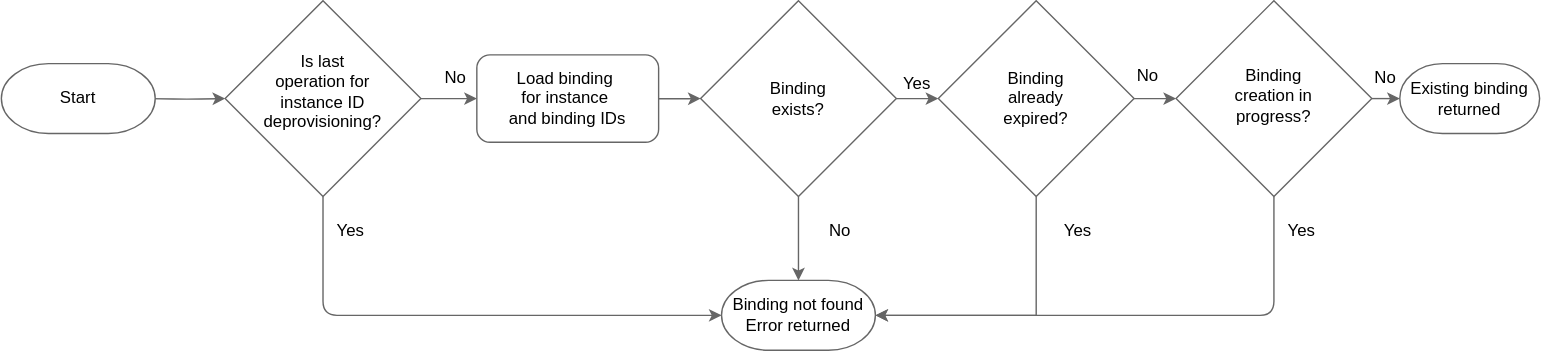
This is docs/assets/bindings-get-flow.drawio.svg from ukff/kyma-environment-broker, a draw.io export, as it was before one commit. Source tidied: cells renumbered, new cells last; positions are measured from the earlier drawing's top-left corner, leaving out a move shared by most shapes.
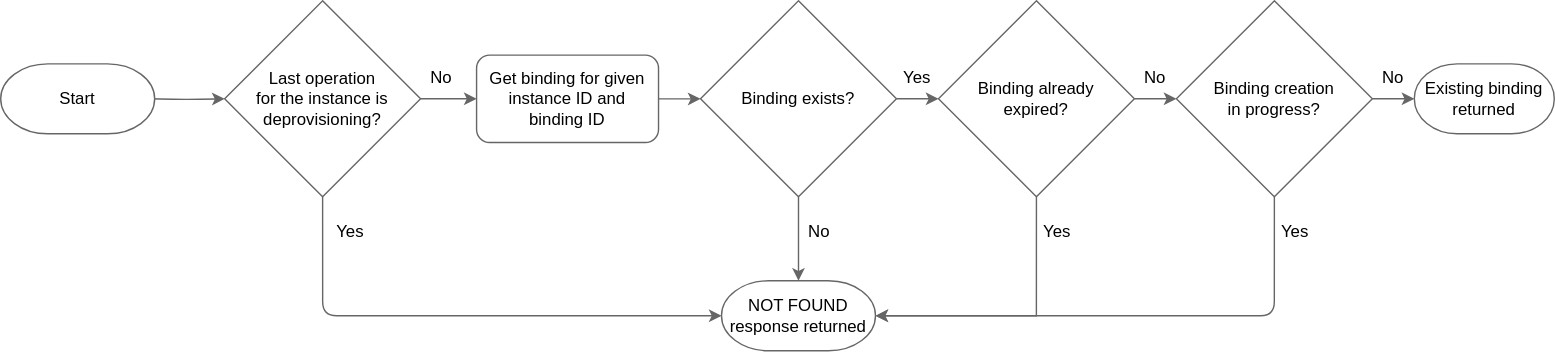
After the commit.

Commit message:
Fix Service Binding doc (#1558)

Change to the diagram source:
```diff
@@ -8,21 +8,13 @@
     <mxCell id="3" style="edgeStyle=orthogonalEdgeStyle;rounded=1;jettySize=auto;html=1;entryX=0;entryY=0.5;entryDx=0;entryDy=0;curved=0;strokeColor=#666666;" parent="1" edge="1" source="4" target="13">
       <mxGeometry relative="1" as="geometry" />
     </mxCell>
-    <mxCell id="4" style="rhombus;whiteSpace=wrap;html=1;strokeColor=#666666;fillColor=#ffffff;fillStyle=solid;fontColor=#000000;" parent="1" vertex="1">
+    <mxCell id="4" value="Last&amp;nbsp;&lt;span style=&quot;background-color: initial;&quot;&gt;operation&lt;/span&gt;&lt;div&gt;&lt;span style=&quot;background-color: initial;&quot;&gt;for the instance&amp;nbsp;&lt;/span&gt;&lt;span style=&quot;background-color: initial;&quot;&gt;is deprovisioning?&lt;/span&gt;&lt;/div&gt;" style="rhombus;whiteSpace=wrap;html=1;strokeColor=#666666;fillColor=#ffffff;fillStyle=solid;fontColor=#000000;" parent="1" vertex="1">
       <mxGeometry x="160" width="140" height="140" as="geometry" />
     </mxCell>
-    <mxCell id="5" value="Is last&lt;div&gt;operation for instance ID deprovisioning?&lt;/div&gt;" style="text;html=1;align=center;verticalAlign=middle;whiteSpace=wrap;rounded=0;fontColor=#000000;" parent="1" vertex="1">
-      <mxGeometry x="195" y="30" width="70" height="70" as="geometry" />
-    </mxCell>
     <mxCell id="6" style="edgeStyle=orthogonalEdgeStyle;rounded=1;jettySize=auto;html=1;curved=0;strokeColor=#666666;entryX=1;entryY=0.5;entryDx=0;entryDy=0;entryPerimeter=0;exitX=0.5;exitY=1;exitDx=0;exitDy=0;" parent="1" edge="1" source="8" target="23">
       <mxGeometry relative="1" as="geometry" />
     </mxCell>
-    <mxCell id="7" style="edgeStyle=orthogonalEdgeStyle;rounded=0;jettySize=auto;html=1;exitX=1;exitY=0.5;exitDx=0;exitDy=0;strokeColor=#666666;" parent="1" edge="1" source="8">
-      <mxGeometry relative="1" as="geometry">
-        <mxPoint x="1000" y="70" as="targetPoint" />
-      </mxGeometry>
-    </mxCell>
-    <mxCell id="8" style="rhombus;whiteSpace=wrap;html=1;strokeColor=#666666;fillColor=#ffffff;fillStyle=solid;fontColor=#000000;" parent="1" vertex="1">
+    <mxCell id="8" value="Binding creation&lt;div&gt;in progress?&lt;/div&gt;" style="rhombus;whiteSpace=wrap;html=1;strokeColor=#666666;fillColor=#ffffff;fillStyle=solid;fontColor=#000000;" parent="1" vertex="1">
       <mxGeometry x="840" width="140" height="140" as="geometry" />
     </mxCell>
     <mxCell id="9" style="edgeStyle=orthogonalEdgeStyle;rounded=1;jettySize=auto;html=1;curved=0;strokeColor=#666666;entryX=0.5;entryY=0;entryDx=0;entryDy=0;entryPerimeter=0;" parent="1" edge="1" source="11" target="23">
@@ -31,49 +23,46 @@
     <mxCell id="10" style="edgeStyle=orthogonalEdgeStyle;rounded=0;jettySize=auto;html=1;exitX=1;exitY=0.5;exitDx=0;exitDy=0;strokeColor=#666666;" parent="1" edge="1" source="11" target="27">
       <mxGeometry relative="1" as="geometry" />
     </mxCell>
-    <mxCell id="11" style="rhombus;whiteSpace=wrap;html=1;strokeColor=#666666;fillColor=#ffffff;fillStyle=solid;fontColor=#000000;" parent="1" vertex="1">
+    <mxCell id="11" value="Binding exists?" style="rhombus;whiteSpace=wrap;html=1;strokeColor=#666666;fillColor=#ffffff;fillStyle=solid;fontColor=#000000;" parent="1" vertex="1">
       <mxGeometry x="500" width="140" height="140" as="geometry" />
     </mxCell>
     <mxCell id="12" style="edgeStyle=orthogonalEdgeStyle;rounded=1;jettySize=auto;html=1;entryX=0;entryY=0.5;entryDx=0;entryDy=0;curved=0;strokeColor=#666666;" parent="1" edge="1" source="13" target="11">
       <mxGeometry relative="1" as="geometry" />
     </mxCell>
-    <mxCell id="13" value="Load binding&amp;nbsp;&lt;div&gt;for instance&amp;nbsp;&lt;/div&gt;&lt;div&gt;and binding IDs&lt;/div&gt;" style="rounded=1;whiteSpace=wrap;html=1;strokeColor=#666666;fillColor=#ffffff;fillStyle=solid;fontColor=#000000;" parent="1" vertex="1">
+    <mxCell id="13" value="Get binding for given instance ID and&lt;div&gt;binding ID&lt;/div&gt;" style="rounded=1;whiteSpace=wrap;html=1;strokeColor=#666666;fillColor=#ffffff;fillStyle=solid;fontColor=#000000;" parent="1" vertex="1">
       <mxGeometry x="340" y="38.8" width="130" height="62.5" as="geometry" />
     </mxCell>
-    <mxCell id="14" value="Binding exists?" style="text;html=1;align=center;verticalAlign=middle;whiteSpace=wrap;rounded=0;fontColor=#000000;" parent="1" vertex="1">
-      <mxGeometry x="540" y="55" width="60" height="30" as="geometry" />
-    </mxCell>
     <mxCell id="15" value="Binding expired?" style="text;html=1;align=center;verticalAlign=middle;whiteSpace=wrap;rounded=0;" parent="1" vertex="1">
       <mxGeometry x="700" y="55" width="60" height="30" as="geometry" />
     </mxCell>
     <mxCell id="16" value="No" style="text;html=1;align=center;verticalAlign=middle;whiteSpace=wrap;rounded=0;fontColor=#000000;" parent="1" vertex="1">
-      <mxGeometry x="295" y="40" width="60" height="30" as="geometry" />
+      <mxGeometry x="300" y="40" width="30" height="30" as="geometry" />
     </mxCell>
     <mxCell id="17" value="Yes" style="text;html=1;align=center;verticalAlign=middle;whiteSpace=wrap;rounded=0;" parent="1" vertex="1">
       <mxGeometry x="690" y="40" width="60" height="30" as="geometry" />
     </mxCell>
     <mxCell id="18" value="No" style="text;html=1;align=center;verticalAlign=middle;whiteSpace=wrap;rounded=0;fontColor=#000000;" parent="1" vertex="1">
-      <mxGeometry x="790" y="38.8" width="60" height="30" as="geometry" />
+      <mxGeometry x="810" y="40" width="30" height="30" as="geometry" />
     </mxCell>
     <mxCell id="19" value="Yes" style="text;html=1;align=center;verticalAlign=middle;whiteSpace=wrap;rounded=0;fontColor=#000000;" parent="1" vertex="1">
       <mxGeometry x="220" y="150" width="60" height="30" as="geometry" />
     </mxCell>
     <mxCell id="20" value="No" style="text;html=1;align=center;verticalAlign=middle;whiteSpace=wrap;rounded=0;fontColor=#000000;" parent="1" vertex="1">
-      <mxGeometry x="570" y="150" width="60" height="30" as="geometry" />
+      <mxGeometry x="570" y="150" width="30" height="30" as="geometry" />
     </mxCell>
     <mxCell id="21" value="Yes" style="text;html=1;align=center;verticalAlign=middle;whiteSpace=wrap;rounded=0;fontColor=#000000;" parent="1" vertex="1">
-      <mxGeometry x="740" y="150" width="60" height="30" as="geometry" />
+      <mxGeometry x="740" y="150" width="30" height="30" as="geometry" />
     </mxCell>
     <mxCell id="22" style="edgeStyle=orthogonalEdgeStyle;rounded=1;jettySize=auto;html=1;entryX=0;entryY=0.5;entryDx=0;entryDy=0;curved=0;strokeColor=#666666;exitX=0.929;exitY=0.5;exitDx=0;exitDy=0;exitPerimeter=0;" parent="1" edge="1" target="4">
       <mxGeometry relative="1" as="geometry">
         <mxPoint x="105" y="70" as="sourcePoint" />
       </mxGeometry>
     </mxCell>
-    <mxCell id="23" value="Binding not found&lt;div&gt;Error returned&lt;/div&gt;" style="strokeWidth=1;html=1;shape=mxgraph.flowchart.terminator;whiteSpace=wrap;strokeColor=#666666;fillColor=#ffffff;fillStyle=solid;fontColor=#000000;" parent="1" vertex="1">
+    <mxCell id="23" value="NOT FOUND response returned" style="strokeWidth=1;html=1;shape=mxgraph.flowchart.terminator;whiteSpace=wrap;strokeColor=#666666;fillColor=#ffffff;fillStyle=solid;fontColor=#000000;" parent="1" vertex="1">
       <mxGeometry x="515" y="200" width="110" height="50" as="geometry" />
     </mxCell>
     <mxCell id="24" value="&lt;span style=&quot;background-color: initial;&quot;&gt;Existing binding returned&lt;/span&gt;" style="strokeWidth=1;html=1;shape=mxgraph.flowchart.terminator;whiteSpace=wrap;strokeColor=#666666;fillColor=#ffffff;fillStyle=solid;fontColor=#000000;" parent="1" vertex="1">
-      <mxGeometry x="1000" y="45" width="100" height="50" as="geometry" />
+      <mxGeometry x="1010" y="45" width="100" height="50" as="geometry" />
     </mxCell>
     <mxCell id="25" value="Start" style="strokeWidth=1;html=1;shape=mxgraph.flowchart.terminator;whiteSpace=wrap;strokeColor=#666666;fillColor=#ffffff;fillStyle=solid;fontColor=#000000;" parent="1" vertex="1">
       <mxGeometry y="45" width="110" height="50" as="geometry" />
@@ -81,26 +70,23 @@
     <mxCell id="26" style="edgeStyle=orthogonalEdgeStyle;rounded=0;jettySize=auto;html=1;exitX=1;exitY=0.5;exitDx=0;exitDy=0;strokeColor=#666666;" parent="1" edge="1" source="27" target="8">
       <mxGeometry relative="1" as="geometry" />
     </mxCell>
-    <mxCell id="27" style="rhombus;whiteSpace=wrap;html=1;strokeColor=#666666;fillColor=#ffffff;fillStyle=solid;fontColor=#000000;" parent="1" vertex="1">
+    <mxCell id="27" value="Binding already&lt;div&gt;expired?&lt;/div&gt;" style="rhombus;whiteSpace=wrap;html=1;strokeColor=#666666;fillColor=#ffffff;fillStyle=solid;fontColor=#000000;" parent="1" vertex="1">
       <mxGeometry x="670" width="140" height="140" as="geometry" />
     </mxCell>
-    <mxCell id="28" value="Binding already expired?" style="text;html=1;align=center;verticalAlign=middle;whiteSpace=wrap;rounded=0;fontColor=#000000;" parent="1" vertex="1">
-      <mxGeometry x="710" y="55" width="60" height="30" as="geometry" />
-    </mxCell>
-    <mxCell id="29" value="Binding creation in progress?" style="text;html=1;align=center;verticalAlign=middle;whiteSpace=wrap;rounded=0;fontColor=#000000;" parent="1" vertex="1">
-      <mxGeometry x="880" y="55" width="60" height="25" as="geometry" />
-    </mxCell>
     <mxCell id="30" style="edgeStyle=orthogonalEdgeStyle;rounded=0;jettySize=auto;html=1;entryX=1;entryY=0.5;entryDx=0;entryDy=0;entryPerimeter=0;exitX=0.5;exitY=1;exitDx=0;exitDy=0;strokeColor=#666666;" parent="1" edge="1" source="27" target="23">
       <mxGeometry relative="1" as="geometry" />
     </mxCell>
     <mxCell id="31" value="Yes" style="text;html=1;align=center;verticalAlign=middle;whiteSpace=wrap;rounded=0;fontColor=#000000;" parent="1" vertex="1">
-      <mxGeometry x="900" y="150" width="60" height="30" as="geometry" />
+      <mxGeometry x="910" y="150" width="30" height="30" as="geometry" />
     </mxCell>
     <mxCell id="32" value="No" style="text;html=1;align=center;verticalAlign=middle;whiteSpace=wrap;rounded=0;fontColor=#000000;" parent="1" vertex="1">
-      <mxGeometry x="960" y="40" width="60" height="30" as="geometry" />
+      <mxGeometry x="980" y="40" width="30" height="30" as="geometry" />
     </mxCell>
     <mxCell id="33" value="Yes" style="text;html=1;align=center;verticalAlign=middle;whiteSpace=wrap;rounded=0;fontColor=#000000;" parent="1" vertex="1">
-      <mxGeometry x="625" y="45" width="60" height="30" as="geometry" />
+      <mxGeometry x="640" y="40" width="30" height="30" as="geometry" />
     </mxCell>
+    <mxCell id="34" style="edgeStyle=orthogonalEdgeStyle;rounded=1;jettySize=auto;html=1;exitX=1;exitY=0.5;exitDx=0;exitDy=0;entryX=0;entryY=0.5;entryDx=0;entryDy=0;entryPerimeter=0;curved=0;strokeColor=#666666;" parent="1" edge="1" source="8" target="24">
+      <mxGeometry relative="1" as="geometry" />
+    </mxCell>
   </root>
 </mxGraphModel>
```
